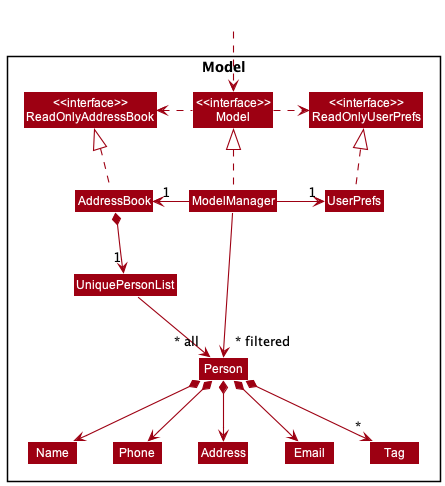
Earlier version of the PlantUML export docs/images/ModelClassDiagram.png (nus-cs2103-AY2223S1/tp).
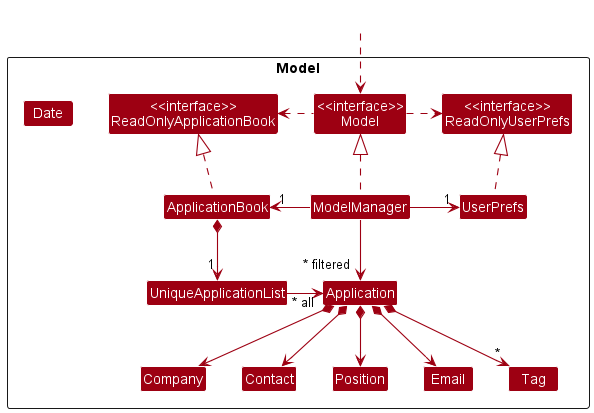
Later version of the same file.

Commit message:
Update uml diagrams of Model in DG

What changed in the source:
```diff
@@ -5,19 +5,20 @@
 skinparam classBackgroundColor MODEL_COLOR
 
 Package Model <<Rectangle>>{
-Class "<<interface>>\nReadOnlyAddressBook" as ReadOnlyAddressBook
+Class "<<interface>>\nReadOnlyApplicationBook" as ReadOnlyApplicationBook
 Class "<<interface>>\nReadOnlyUserPrefs" as ReadOnlyUserPrefs
 Class "<<interface>>\nModel" as Model
-Class AddressBook
+Class ApplicationBook
 Class ModelManager
 Class UserPrefs
 
-Class UniquePersonList
-Class Person
-Class Address
+Class UniqueApplicationList
+Class Application
+Class Company
+Class Position
 Class Email
-Class Name
-Class Phone
+Class Date
+Class Contact
 Class Tag
 
 }
@@ -25,26 +26,26 @@
 Class HiddenOutside #FFFFFF
 HiddenOutside ..> Model
 
-AddressBook .up.|> ReadOnlyAddressBook
+ApplicationBook .up.|> ReadOnlyApplicationBook
 
 ModelManager .up.|> Model
 Model .right.> ReadOnlyUserPrefs
-Model .left.> ReadOnlyAddressBook
-ModelManager -left-> "1" AddressBook
+Model .left.> ReadOnlyApplicationBook
+ModelManager -left-> "1" ApplicationBook
 ModelManager -right-> "1" UserPrefs
 UserPrefs .up.|> ReadOnlyUserPrefs
 
-AddressBook *--> "1" UniquePersonList
-UniquePersonList --> "~* all" Person
-Person *--> Name
-Person *--> Phone
-Person *--> Email
-Person *--> Address
-Person *--> "*" Tag
+ApplicationBook *--> "1" UniqueApplicationList
+UniqueApplicationList -left-> "~* all" Application
+Application *--> Company
+Application *--> Contact
+Application *--> Email
+Application *--> Position
+Application *--> "*" Tag
 
-Name -[hidden]right-> Phone
-Phone -[hidden]right-> Address
-Address -[hidden]right-> Email
+Company -[hidden]right-> Contact
+Contact -[hidden]right-> Position
+Position -[hidden]right-> Email
 
-ModelManager -->"~* filtered" Person
+ModelManager -->"~* filtered" Application
 @enduml
```
